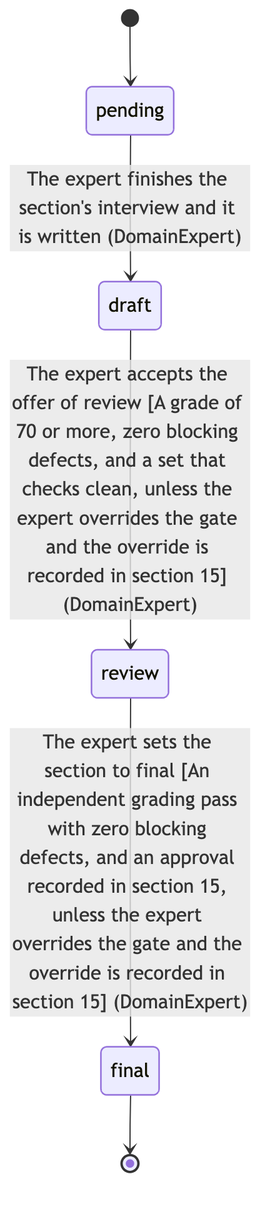
This is docs/prd/prd-forge/diagrams/LC-001.png from SpillwaveSolutions/prd-forge, a Mermaid export, as it was before one commit. Its source is kept beside it as docs/prd/prd-forge/diagrams/LC-001.mmd. Source of this version:
```mermaid
stateDiagram-v2
  state "pending" as s0
  state "draft" as s1
  state "review" as s2
  state "final" as s3
  [*] --> s0
  s0 --> s1 : The expert finishes the section's interview and it is written (DomainExpert)
  s1 --> s2 : The expert accepts the offer of review [A grade of 70 or more, zero blocking defects, and a set that checks clean, unless the expert overrides the gate and the override is recorded in section 15] (DomainExpert)
  s2 --> s3 : The expert sets the section to final [An independent grading pass with zero blocking defects, and an approval recorded in section 15, unless the expert overrides the gate and the override is recorded in section 15] (DomainExpert)
  s3 --> [*]
```
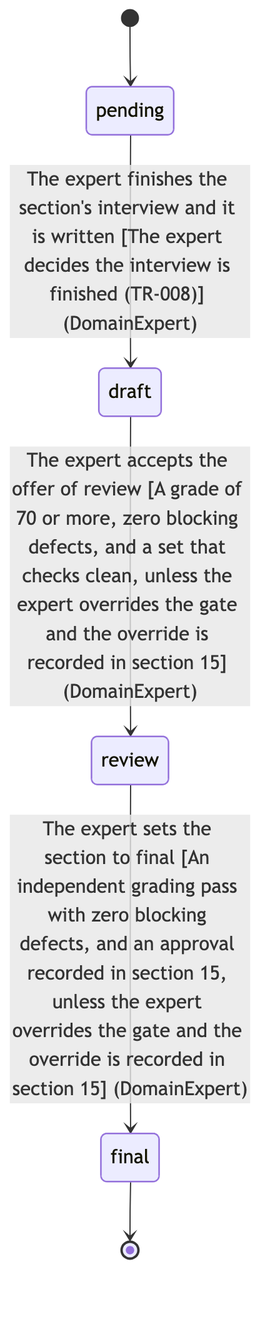
The same file after the commit.

The edit, as a diff of the source:
```diff
@@ -4,7 +4,7 @@
   state "review" as s2
   state "final" as s3
   [*] --> s0
-  s0 --> s1 : The expert finishes the section's interview and it is written (DomainExpert)
+  s0 --> s1 : The expert finishes the section's interview and it is written [The expert decides the interview is finished (TR-008)] (DomainExpert)
   s1 --> s2 : The expert accepts the offer of review [A grade of 70 or more, zero blocking defects, and a set that checks clean, unless the expert overrides the gate and the override is recorded in section 15] (DomainExpert)
   s2 --> s3 : The expert sets the section to final [An independent grading pass with zero blocking defects, and an approval recorded in section 15, unless the expert overrides the gate and the override is recorded in section 15] (DomainExpert)
   s3 --> [*]
```
